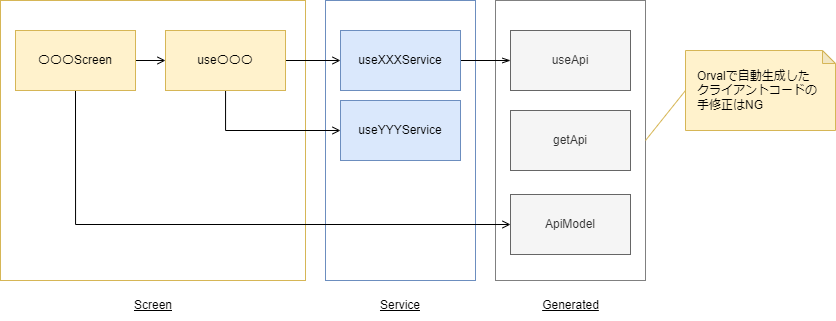
ws-4020/mobile-app-crib-notes keeps this draw.io diagram as website/docs/react-native/santoku/application-architecture/http-api/generate-api-code.drawio.png. Above is the earlier version. Source tidied: cells renumbered, new cells last; positions are measured from the earlier drawing's top-left corner, leaving out a move shared by most shapes.
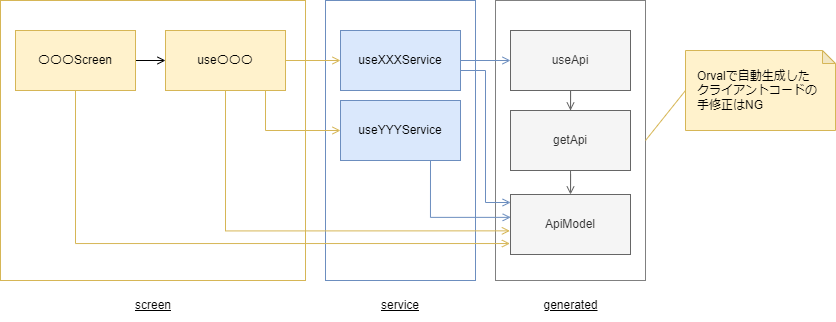
The same diagram one commit later.

What changed in the source:
```diff
@@ -11,38 +11,48 @@
     <mxCell id="4" style="whiteSpace=wrap;html=1;strokeColor=#808080;" parent="1" vertex="1">
       <mxGeometry x="495" width="150" height="280" as="geometry" />
     </mxCell>
-    <mxCell id="5" value="&lt;u&gt;Screen&lt;/u&gt;" style="text;html=1;strokeColor=none;fillColor=none;align=center;verticalAlign=middle;whiteSpace=wrap;rounded=0;" parent="1" vertex="1">
+    <mxCell id="5" value="&lt;u&gt;screen&lt;/u&gt;" style="text;html=1;strokeColor=none;fillColor=none;align=center;verticalAlign=middle;whiteSpace=wrap;rounded=0;" parent="1" vertex="1">
       <mxGeometry x="103.8" y="290" width="97.5" height="30" as="geometry" />
     </mxCell>
     <mxCell id="6" style="edgeStyle=orthogonalEdgeStyle;rounded=0;jettySize=auto;html=1;endArrow=open;endFill=0;" parent="1" edge="1" source="8" target="11">
       <mxGeometry relative="1" as="geometry" />
     </mxCell>
-    <mxCell id="7" style="edgeStyle=orthogonalEdgeStyle;rounded=0;jettySize=auto;html=1;entryX=0;entryY=0.5;entryDx=0;entryDy=0;endArrow=open;endFill=0;exitX=0.5;exitY=1;exitDx=0;exitDy=0;" parent="1" edge="1" source="8" target="14">
+    <mxCell id="7" style="edgeStyle=orthogonalEdgeStyle;rounded=0;jettySize=auto;html=1;entryX=-0.005;entryY=0.812;entryDx=0;entryDy=0;endArrow=open;endFill=0;exitX=0.5;exitY=1;exitDx=0;exitDy=0;entryPerimeter=0;fillColor=#fff2cc;strokeColor=#d6b656;" parent="1" edge="1" source="8" target="14">
       <mxGeometry relative="1" as="geometry">
         <Array as="points">
-          <mxPoint x="75" y="224" />
+          <mxPoint x="75" y="243" />
+          <mxPoint x="509" y="243" />
         </Array>
       </mxGeometry>
     </mxCell>
     <mxCell id="8" value="〇〇〇Screen" style="rounded=0;whiteSpace=wrap;html=1;fillColor=#fff2cc;strokeColor=#D6B656;" parent="1" vertex="1">
       <mxGeometry x="15" y="30" width="120" height="60" as="geometry" />
     </mxCell>
-    <mxCell id="9" style="edgeStyle=orthogonalEdgeStyle;rounded=0;jettySize=auto;html=1;endArrow=open;endFill=0;entryX=0;entryY=0.5;entryDx=0;entryDy=0;" parent="1" edge="1" source="11" target="19">
+    <mxCell id="9" style="edgeStyle=orthogonalEdgeStyle;rounded=0;jettySize=auto;html=1;endArrow=open;endFill=0;entryX=0;entryY=0.5;entryDx=0;entryDy=0;fillColor=#fff2cc;strokeColor=#d6b656;" parent="1" edge="1" source="11" target="19">
       <mxGeometry relative="1" as="geometry" />
     </mxCell>
-    <mxCell id="10" style="edgeStyle=orthogonalEdgeStyle;rounded=0;jettySize=auto;html=1;entryX=0;entryY=0.5;entryDx=0;entryDy=0;endArrow=open;endFill=0;" parent="1" edge="1" source="11" target="21">
+    <mxCell id="10" style="edgeStyle=orthogonalEdgeStyle;rounded=0;jettySize=auto;html=1;entryX=0;entryY=0.5;entryDx=0;entryDy=0;endArrow=open;endFill=0;fillColor=#fff2cc;strokeColor=#d6b656;" parent="1" edge="1" source="11" target="21">
       <mxGeometry relative="1" as="geometry">
         <Array as="points">
-          <mxPoint x="225" y="130" />
+          <mxPoint x="265" y="130" />
         </Array>
       </mxGeometry>
     </mxCell>
+    <mxCell id="22" style="edgeStyle=orthogonalEdgeStyle;rounded=0;jettySize=auto;html=1;entryX=-0.005;entryY=0.606;entryDx=0;entryDy=0;endArrow=open;endFill=0;exitX=0.5;exitY=1;exitDx=0;exitDy=0;fillColor=#fff2cc;strokeColor=#d6b656;entryPerimeter=0;" parent="1" edge="1" source="11" target="14">
+      <mxGeometry relative="1" as="geometry" />
+    </mxCell>
     <mxCell id="11" value="use〇〇〇" style="rounded=0;whiteSpace=wrap;html=1;fillColor=#fff2cc;strokeColor=#d6b656;" parent="1" vertex="1">
       <mxGeometry x="165" y="30" width="120" height="60" as="geometry" />
     </mxCell>
+    <mxCell id="23" style="edgeStyle=orthogonalEdgeStyle;rounded=0;jettySize=auto;html=1;entryX=0.5;entryY=0;entryDx=0;entryDy=0;endArrow=open;endFill=0;fillColor=#f5f5f5;strokeColor=#666666;" parent="1" edge="1" source="12" target="13">
+      <mxGeometry relative="1" as="geometry" />
+    </mxCell>
     <mxCell id="12" value="useApi" style="rounded=0;whiteSpace=wrap;html=1;fillColor=#f5f5f5;fontColor=#333333;strokeColor=#666666;" parent="1" vertex="1">
       <mxGeometry x="510" y="30" width="120" height="60" as="geometry" />
     </mxCell>
+    <mxCell id="24" style="edgeStyle=orthogonalEdgeStyle;rounded=0;jettySize=auto;html=1;entryX=0.5;entryY=0;entryDx=0;entryDy=0;endArrow=open;endFill=0;fillColor=#f5f5f5;strokeColor=#666666;" parent="1" edge="1" source="13" target="14">
+      <mxGeometry relative="1" as="geometry" />
+    </mxCell>
     <mxCell id="13" value="getApi" style="rounded=0;whiteSpace=wrap;html=1;fillColor=#f5f5f5;fontColor=#333333;strokeColor=#666666;" parent="1" vertex="1">
       <mxGeometry x="510" y="110" width="120" height="60" as="geometry" />
     </mxCell>
@@ -55,18 +65,30 @@
     <mxCell id="16" value="Orvalで自動生成した&lt;br&gt;クライアントコードの&lt;br&gt;&lt;div style=&quot;&quot;&gt;&lt;span&gt;手修正はNG&lt;/span&gt;&lt;/div&gt;" style="shape=note;whiteSpace=wrap;html=1;backgroundOutline=1;darkOpacity=0.05;strokeColor=#d6b656;size=13;fillColor=#fff2cc;align=left;spacingLeft=10;" parent="1" vertex="1">
       <mxGeometry x="685" y="50" width="150" height="80" as="geometry" />
     </mxCell>
-    <mxCell id="17" value="&lt;u&gt;Generated&lt;/u&gt;" style="text;html=1;strokeColor=none;fillColor=none;align=center;verticalAlign=middle;whiteSpace=wrap;rounded=0;" parent="1" vertex="1">
+    <mxCell id="17" value="&lt;u&gt;generated&lt;/u&gt;" style="text;html=1;strokeColor=none;fillColor=none;align=center;verticalAlign=middle;whiteSpace=wrap;rounded=0;" parent="1" vertex="1">
       <mxGeometry x="511.6" y="290" width="116.9" height="30" as="geometry" />
     </mxCell>
-    <mxCell id="18" style="edgeStyle=orthogonalEdgeStyle;rounded=0;jettySize=auto;html=1;entryX=0;entryY=0.5;entryDx=0;entryDy=0;endArrow=openThin;endFill=0;" parent="1" edge="1" source="19" target="12">
+    <mxCell id="18" style="edgeStyle=orthogonalEdgeStyle;rounded=0;jettySize=auto;html=1;entryX=0;entryY=0.5;entryDx=0;entryDy=0;endArrow=open;endFill=0;fillColor=#dae8fc;strokeColor=#6c8ebf;" parent="1" edge="1" source="19" target="12">
       <mxGeometry relative="1" as="geometry" />
     </mxCell>
+    <mxCell id="25" style="edgeStyle=orthogonalEdgeStyle;rounded=0;jettySize=auto;html=1;entryX=0.001;entryY=0.128;entryDx=0;entryDy=0;endArrow=open;endFill=0;fillColor=#dae8fc;strokeColor=#6c8ebf;entryPerimeter=0;" parent="1" edge="1" source="19" target="14">
+      <mxGeometry relative="1" as="geometry">
+        <Array as="points">
+          <mxPoint x="485" y="70" />
+          <mxPoint x="485" y="202" />
+          <mxPoint x="510" y="202" />
+        </Array>
+      </mxGeometry>
+    </mxCell>
     <mxCell id="19" value="useXXXService" style="rounded=0;whiteSpace=wrap;html=1;fillColor=#dae8fc;strokeColor=#6c8ebf;" parent="1" vertex="1">
       <mxGeometry x="340" y="30" width="120" height="60" as="geometry" />
     </mxCell>
-    <mxCell id="20" value="&lt;u&gt;Service&lt;/u&gt;" style="text;html=1;strokeColor=none;fillColor=none;align=center;verticalAlign=middle;whiteSpace=wrap;rounded=0;" parent="1" vertex="1">
+    <mxCell id="20" value="&lt;u&gt;service&lt;/u&gt;" style="text;html=1;strokeColor=none;fillColor=none;align=center;verticalAlign=middle;whiteSpace=wrap;rounded=0;" parent="1" vertex="1">
       <mxGeometry x="351.2" y="290" width="97.5" height="30" as="geometry" />
     </mxCell>
+    <mxCell id="26" style="edgeStyle=orthogonalEdgeStyle;rounded=0;jettySize=auto;html=1;entryX=0.002;entryY=0.381;entryDx=0;entryDy=0;endArrow=open;endFill=0;exitX=0.75;exitY=1;exitDx=0;exitDy=0;fillColor=#dae8fc;strokeColor=#6c8ebf;entryPerimeter=0;" parent="1" edge="1" source="21" target="14">
+      <mxGeometry relative="1" as="geometry" />
+    </mxCell>
     <mxCell id="21" value="useYYYService" style="rounded=0;whiteSpace=wrap;html=1;fillColor=#dae8fc;strokeColor=#6c8ebf;" parent="1" vertex="1">
       <mxGeometry x="340" y="100" width="120" height="60" as="geometry" />
     </mxCell>
```
